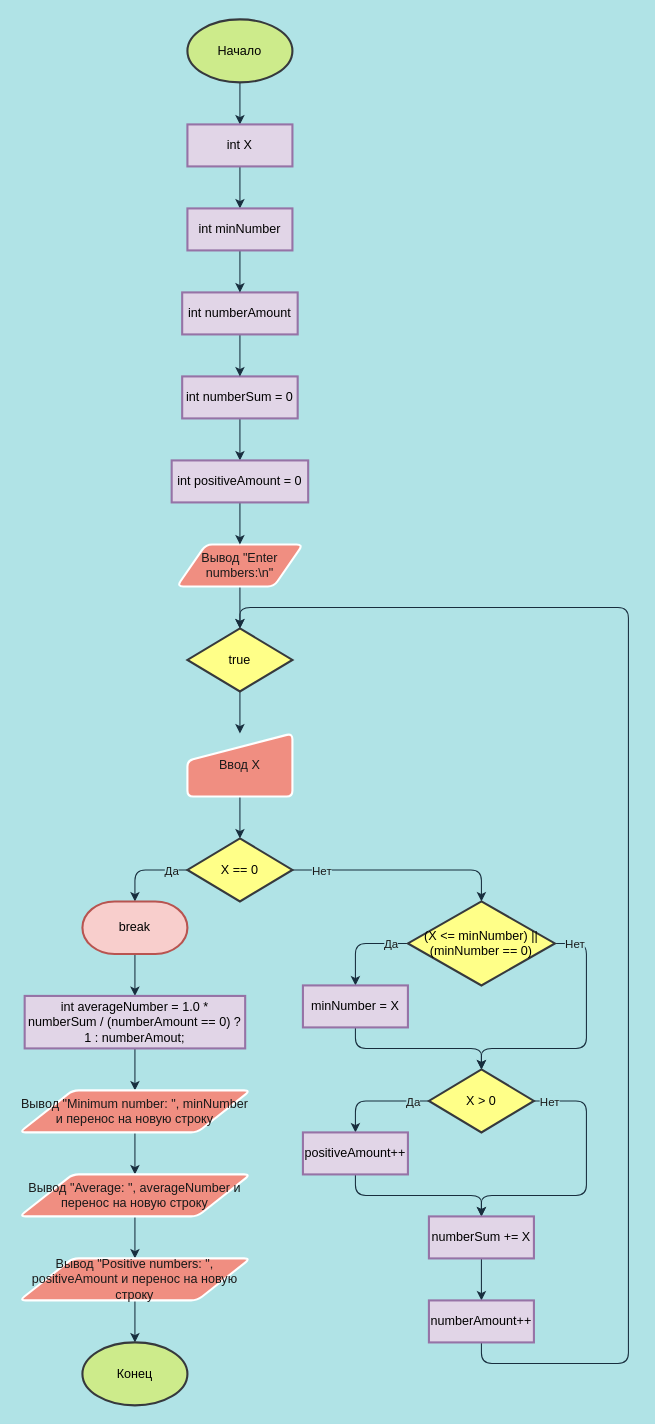
The draw.io diagram page "Лабораторная работа №2" (2 of 3) of flowcharts_for_labs.drawio in MoonFoxy/Programming_labs, before the edit. Source tidied: cells renumbered, new cells numbered last; positions are measured from the earlier drawing's top-left corner, leaving out a move shared by most shapes. Both pictures are drawn from the tidied source at 105%, with x=0, y=0 at pixel (19, 19).
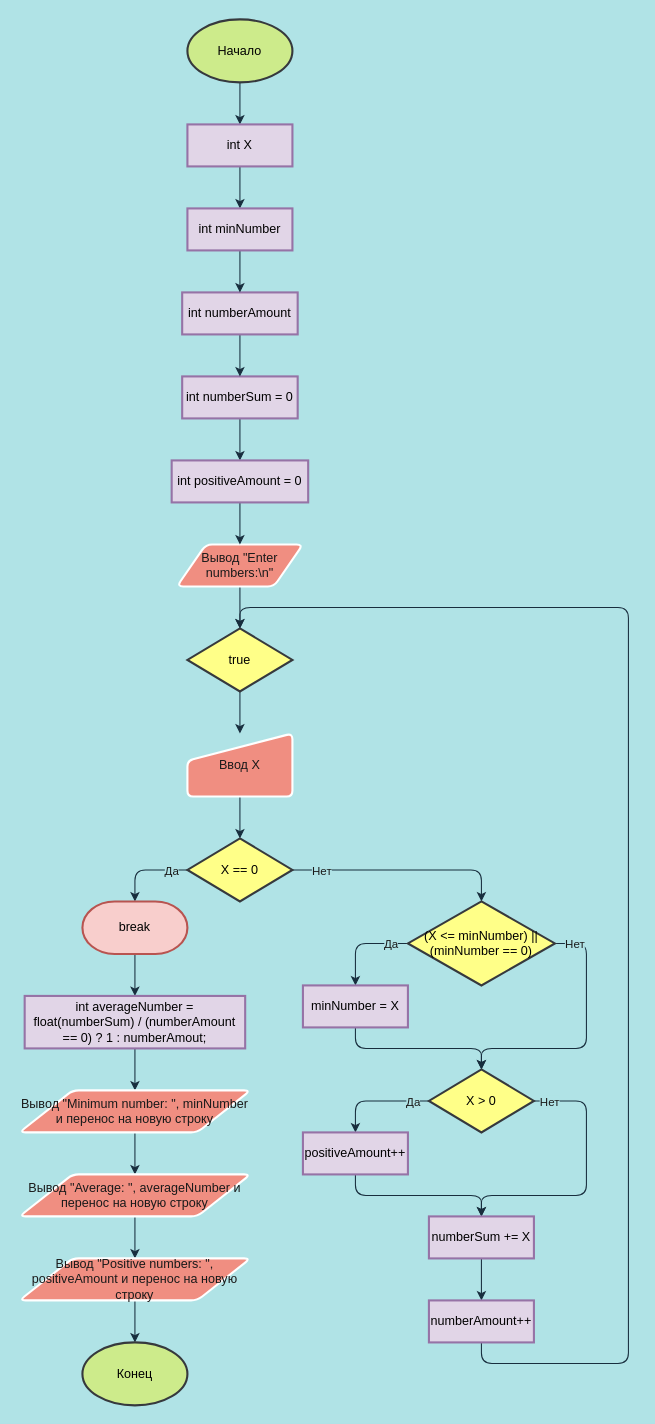
The same page after the edit.

The edit, as a diff of the source:
```diff
@@
-    <mxCell id="28" value="int averageNumber = 1.0 * numberSum / (numberAmount == 0) ? 1 : numberAmout;" style="whiteSpace=wrap;html=1;absoluteArcSize=1;arcSize=14;strokeWidth=2;fillColor=#e1d5e7;strokeColor=#9673a6;" parent="1" vertex="1">
+    <mxCell id="28" value="int averageNumber = float(numberSum) / (numberAmount == 0) ? 1 : numberAmout;" style="whiteSpace=wrap;html=1;absoluteArcSize=1;arcSize=14;strokeWidth=2;fillColor=#e1d5e7;strokeColor=#9673a6;" parent="1" vertex="1">
       <mxGeometry x="5" y="930" width="210" height="50" as="geometry" />
     </mxCell>
```
